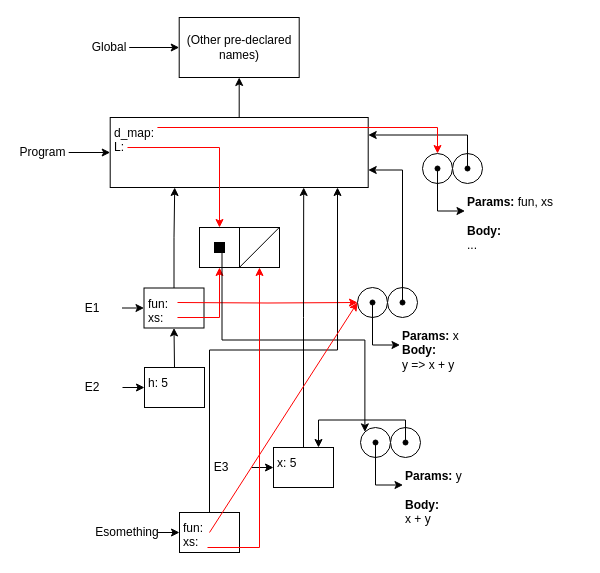
Earlier version of the draw.io diagram page "Question 3" (3 of 3) of Environment model.drawio (JingYenLoh/drawio). Source tidied: cells renumbered, new cells numbered last; positions are measured from the earlier drawing's top-left corner, leaving out a move shared by most shapes. Both pictures are drawn from the tidied source at 100%, with x=0, y=0 at pixel (17, 17).
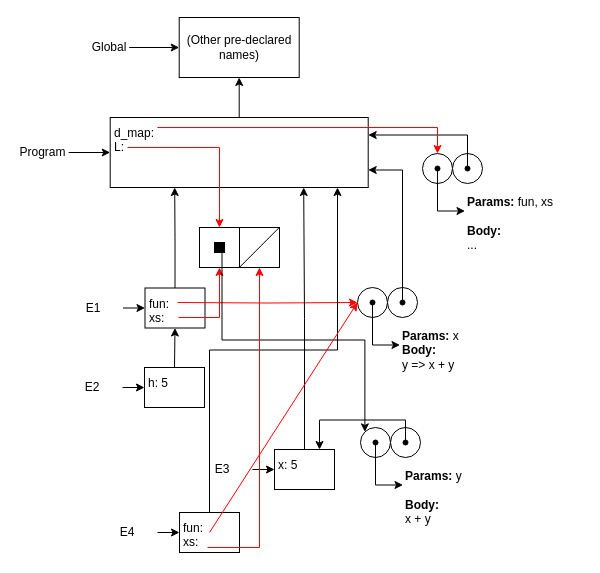
After the change.

Unchanged cells that the change refers to:
```xml
<mxCell id="7" value="&lt;div&gt;d_map:&lt;/div&gt;&lt;div&gt;L:&lt;br&gt;&lt;/div&gt;" style="rounded=0;whiteSpace=wrap;html=1;align=left;verticalAlign=top;spacingLeft=0;spacingTop=0;spacingBottom=0;spacingRight=0;spacing=4;" parent="6" vertex="1">
  <mxGeometry x="92" width="258" height="70" as="geometry" />
</mxCell>
<mxCell id="60" value="x: 5" style="rounded=0;whiteSpace=wrap;html=1;align=left;verticalAlign=top;spacingLeft=0;spacingTop=0;spacingBottom=0;spacingRight=0;spacing=4;" parent="59" vertex="1">
  <mxGeometry x="82" width="60" height="40" as="geometry" />
</mxCell>
<mxCell id="66" style="group;strokeColor=none;" parent="1" vertex="1">
  <mxGeometry x="80" y="495" width="142" height="40" as="geometry" />
</mxCell>
```

Diff of the diagram source:
```diff
@@
     <mxCell id="48" style="group;strokeColor=none;" parent="1" vertex="1">
-      <mxGeometry x="44.5" y="270.5" width="142" height="40" as="geometry" />
+      <mxGeometry x="45.5" y="270.5" width="142" height="40" as="geometry" />
     </mxCell>
@@
     <mxCell id="59" style="group;strokeColor=none;" parent="1" vertex="1">
-      <mxGeometry x="174" y="430" width="142" height="40" as="geometry" />
+      <mxGeometry x="175" y="432" width="142" height="40" as="geometry" />
     </mxCell>
@@
     <mxCell id="63" style="edgeStyle=orthogonalEdgeStyle;rounded=0;jettySize=auto;html=1;exitX=0.5;exitY=0;exitDx=0;exitDy=0;entryX=0.75;entryY=1;entryDx=0;entryDy=0;strokeColor=#000000;" parent="1" edge="1" source="60" target="7">
-      <mxGeometry relative="1" as="geometry" />
+      <mxGeometry relative="1" as="geometry">
+        <Array as="points">
+          <mxPoint x="287" y="301" />
+        </Array>
+      </mxGeometry>
     </mxCell>
@@
-    <mxCell id="69" value="Esomething" style="text;html=1;strokeColor=none;fillColor=none;align=center;verticalAlign=middle;whiteSpace=wrap;rounded=0;" parent="66" vertex="1">
+    <mxCell id="69" value="E4" style="text;html=1;strokeColor=none;fillColor=none;align=center;verticalAlign=middle;whiteSpace=wrap;rounded=0;" parent="66" vertex="1">
       <mxGeometry y="10" width="60" height="20" as="geometry" />
     </mxCell>
```
